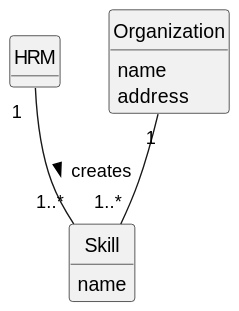
Before: docs/sprintB/us001/02.analysis/svg/us001-domain-model.svg, a diagram exported from PlantUML (diogoveirospro/lei-24-s2-1dg-g072).
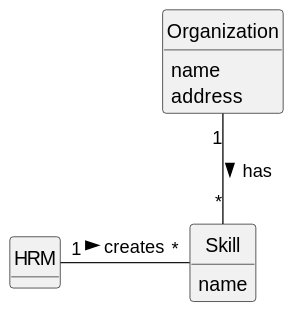
The same file after the commit.

Commit message:
Correction of the Domain Model for US02 and US05.

The edit, as a diff of the source:
```diff
@@ -28,6 +28,6 @@
 
 
 
-HRM "1  " -- "1..*" Skill: creates >
-Organization "1" -- "1..*" Skill
+HRM "1  " - "*" Skill: creates >
+Organization "1" -- "*" Skill: has >
 @enduml
```
